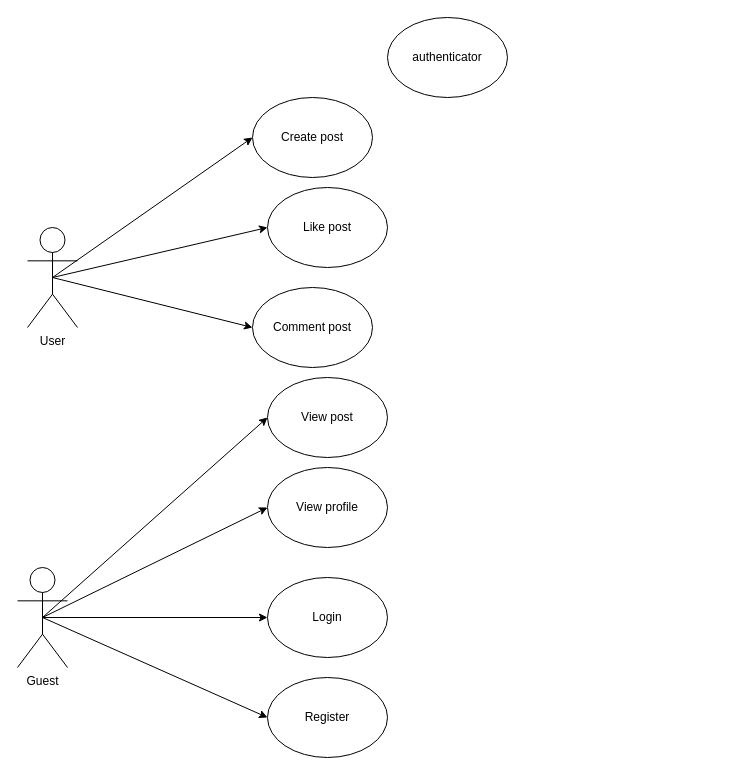
Earlier version of the draw.io diagram Usecase.drawio (infinityrbx/inf_social). Source tidied: cells renumbered, new cells numbered last; positions are measured from the earlier drawing's top-left corner, leaving out a move shared by most shapes. Both pictures are drawn from the tidied source at 100%, with x=0, y=0 at pixel (17, 17).
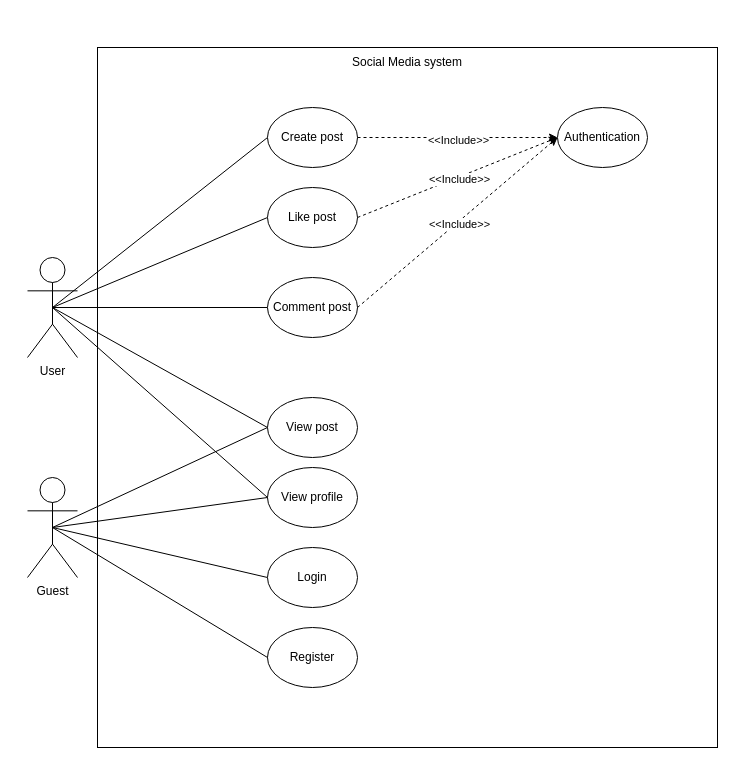
The same page after the edit.

What changed in the source:
```diff
@@
+    <mxCell id="20" style="rounded=0;whiteSpace=wrap;html=1;" parent="1" vertex="1">
+      <mxGeometry x="80" y="30" width="620" height="700" as="geometry" />
+    </mxCell>
-    <mxCell id="2" style="rounded=0;jettySize=auto;html=1;exitX=0.5;exitY=0.5;exitDx=0;exitDy=0;exitPerimeter=0;entryX=0;entryY=0.5;entryDx=0;entryDy=0;" parent="1" edge="1" source="5" target="8">
+    <mxCell id="2" style="rounded=0;jettySize=auto;html=1;exitX=0.5;exitY=0.5;exitDx=0;exitDy=0;exitPerimeter=0;entryX=0;entryY=0.5;entryDx=0;entryDy=0;strokeColor=default;endArrow=none;endFill=0;" parent="1" edge="1" source="5" target="8">
       <mxGeometry relative="1" as="geometry" />
     </mxCell>
-    <mxCell id="3" style="rounded=0;jettySize=auto;html=1;exitX=0.5;exitY=0.5;exitDx=0;exitDy=0;exitPerimeter=0;entryX=0;entryY=0.5;entryDx=0;entryDy=0;" parent="1" edge="1" source="5" target="9">
+    <mxCell id="3" style="rounded=0;jettySize=auto;html=1;exitX=0.5;exitY=0.5;exitDx=0;exitDy=0;exitPerimeter=0;entryX=0;entryY=0.5;entryDx=0;entryDy=0;endArrow=none;endFill=0;" parent="1" edge="1" source="5" target="9">
       <mxGeometry relative="1" as="geometry" />
     </mxCell>
-    <mxCell id="4" style="rounded=0;jettySize=auto;html=1;exitX=0.5;exitY=0.5;exitDx=0;exitDy=0;exitPerimeter=0;entryX=0;entryY=0.5;entryDx=0;entryDy=0;" parent="1" edge="1" source="5" target="10">
+    <mxCell id="4" style="rounded=0;jettySize=auto;html=1;exitX=0.5;exitY=0.5;exitDx=0;exitDy=0;exitPerimeter=0;entryX=0;entryY=0.5;entryDx=0;entryDy=0;endArrow=none;endFill=0;" parent="1" edge="1" source="5" target="10">
       <mxGeometry relative="1" as="geometry" />
     </mxCell>
+    <mxCell id="21" style="rounded=0;jettySize=auto;html=1;exitX=0.5;exitY=0.5;exitDx=0;exitDy=0;exitPerimeter=0;entryX=0;entryY=0.5;entryDx=0;entryDy=0;endArrow=none;endFill=0;" parent="1" edge="1" source="5" target="18">
+      <mxGeometry relative="1" as="geometry" />
+    </mxCell>
+    <mxCell id="22" style="rounded=0;jettySize=auto;html=1;exitX=0.5;exitY=0.5;exitDx=0;exitDy=0;exitPerimeter=0;entryX=0;entryY=0.5;entryDx=0;entryDy=0;endArrow=none;endFill=0;" parent="1" edge="1" source="5" target="7">
+      <mxGeometry relative="1" as="geometry" />
+    </mxCell>
     <mxCell id="5" value="User" style="shape=umlActor;verticalLabelPosition=bottom;verticalAlign=top;html=1;outlineConnect=0;" parent="1" vertex="1">
-      <mxGeometry x="10" y="210" width="50" height="100" as="geometry" />
+      <mxGeometry x="10" y="240" width="50" height="100" as="geometry" />
     </mxCell>
-    <mxCell id="6" value="authenticator" style="ellipse;whiteSpace=wrap;html=1;" parent="1" vertex="1">
-      <mxGeometry x="370" width="120" height="80" as="geometry" />
+    <mxCell id="6" value="Authentication" style="ellipse;whiteSpace=wrap;html=1;" parent="1" vertex="1">
+      <mxGeometry x="540" y="90" width="90" height="60" as="geometry" />
     </mxCell>
     <mxCell id="7" value="View profile" style="ellipse;whiteSpace=wrap;html=1;" parent="1" vertex="1">
-      <mxGeometry x="250" y="450" width="120" height="80" as="geometry" />
+      <mxGeometry x="250" y="450" width="90" height="60" as="geometry" />
     </mxCell>
     <mxCell id="8" value="Create post" style="ellipse;whiteSpace=wrap;html=1;" parent="1" vertex="1">
-      <mxGeometry x="235" y="80" width="120" height="80" as="geometry" />
+      <mxGeometry x="250" y="90" width="90" height="60" as="geometry" />
     </mxCell>
     <mxCell id="9" value="Like post" style="ellipse;whiteSpace=wrap;html=1;" parent="1" vertex="1">
-      <mxGeometry x="250" y="170" width="120" height="80" as="geometry" />
+      <mxGeometry x="250" y="170" width="90" height="60" as="geometry" />
     </mxCell>
     <mxCell id="10" value="Comment post" style="ellipse;whiteSpace=wrap;html=1;" parent="1" vertex="1">
-      <mxGeometry x="235" y="270" width="120" height="80" as="geometry" />
+      <mxGeometry x="250" y="260" width="90" height="60" as="geometry" />
     </mxCell>
     <mxCell id="11" value="Register" style="ellipse;whiteSpace=wrap;html=1;" parent="1" vertex="1">
-      <mxGeometry x="250" y="660" width="120" height="80" as="geometry" />
+      <mxGeometry x="250" y="610" width="90" height="60" as="geometry" />
     </mxCell>
-    <mxCell id="12" style="rounded=0;jettySize=auto;html=1;exitX=0.5;exitY=0.5;exitDx=0;exitDy=0;exitPerimeter=0;entryX=0;entryY=0.5;entryDx=0;entryDy=0;" parent="1" edge="1" source="16" target="11">
+    <mxCell id="12" style="rounded=0;jettySize=auto;html=1;exitX=0.5;exitY=0.5;exitDx=0;exitDy=0;exitPerimeter=0;entryX=0;entryY=0.5;entryDx=0;entryDy=0;endArrow=none;endFill=0;" parent="1" edge="1" source="16" target="11">
       <mxGeometry relative="1" as="geometry" />
     </mxCell>
-    <mxCell id="13" style="rounded=0;jettySize=auto;html=1;exitX=0.5;exitY=0.5;exitDx=0;exitDy=0;exitPerimeter=0;entryX=0;entryY=0.5;entryDx=0;entryDy=0;" parent="1" edge="1" source="16" target="17">
+    <mxCell id="13" style="rounded=0;jettySize=auto;html=1;exitX=0.5;exitY=0.5;exitDx=0;exitDy=0;exitPerimeter=0;entryX=0;entryY=0.5;entryDx=0;entryDy=0;endArrow=none;endFill=0;" parent="1" edge="1" source="16" target="17">
       <mxGeometry relative="1" as="geometry" />
     </mxCell>
-    <mxCell id="14" style="rounded=0;jettySize=auto;html=1;exitX=0.5;exitY=0.5;exitDx=0;exitDy=0;exitPerimeter=0;entryX=0;entryY=0.5;entryDx=0;entryDy=0;" parent="1" edge="1" source="16" target="7">
+    <mxCell id="14" style="rounded=0;jettySize=auto;html=1;exitX=0.5;exitY=0.5;exitDx=0;exitDy=0;exitPerimeter=0;entryX=0;entryY=0.5;entryDx=0;entryDy=0;endArrow=none;endFill=0;" parent="1" edge="1" source="16" target="7">
       <mxGeometry relative="1" as="geometry" />
     </mxCell>
-    <mxCell id="15" style="rounded=0;jettySize=auto;html=1;exitX=0.5;exitY=0.5;exitDx=0;exitDy=0;exitPerimeter=0;entryX=0;entryY=0.5;entryDx=0;entryDy=0;" parent="1" edge="1" source="16" target="18">
+    <mxCell id="15" style="rounded=0;jettySize=auto;html=1;exitX=0.5;exitY=0.5;exitDx=0;exitDy=0;exitPerimeter=0;entryX=0;entryY=0.5;entryDx=0;entryDy=0;endArrow=none;endFill=0;" parent="1" edge="1" source="16" target="18">
       <mxGeometry relative="1" as="geometry" />
     </mxCell>
     <mxCell id="16" value="Guest" style="shape=umlActor;verticalLabelPosition=bottom;verticalAlign=top;html=1;outlineConnect=0;" parent="1" vertex="1">
-      <mxGeometry y="550" width="50" height="100" as="geometry" />
+      <mxGeometry x="10" y="460" width="50" height="100" as="geometry" />
     </mxCell>
     <mxCell id="17" value="Login" style="ellipse;whiteSpace=wrap;html=1;" parent="1" vertex="1">
-      <mxGeometry x="250" y="560" width="120" height="80" as="geometry" />
+      <mxGeometry x="250" y="530" width="90" height="60" as="geometry" />
     </mxCell>
     <mxCell id="18" value="View post" style="ellipse;whiteSpace=wrap;html=1;" parent="1" vertex="1">
-      <mxGeometry x="250" y="360" width="120" height="80" as="geometry" />
+      <mxGeometry x="250" y="380" width="90" height="60" as="geometry" />
     </mxCell>
@@
+    <mxCell id="23" style="endArrow=classic;html=1;rounded=0;exitX=1;exitY=0.5;exitDx=0;exitDy=0;entryX=0;entryY=0.5;entryDx=0;entryDy=0;dashed=1;" parent="1" edge="1" source="8" target="6">
+      <mxGeometry relative="1" as="geometry" />
+    </mxCell>
+    <mxCell id="24" value="&amp;lt;&amp;lt;Include&amp;gt;&amp;gt;" style="edgeLabel;html=1;align=center;verticalAlign=middle;" parent="23" vertex="1">
+      <mxGeometry y="-2" relative="1" as="geometry" />
+    </mxCell>
+    <mxCell id="25" style="endArrow=classic;html=1;rounded=0;exitX=1;exitY=0.5;exitDx=0;exitDy=0;entryX=0;entryY=0.5;entryDx=0;entryDy=0;dashed=1;" parent="1" edge="1" source="9" target="6">
+      <mxGeometry relative="1" as="geometry" />
+    </mxCell>
+    <mxCell id="26" value="&amp;lt;&amp;lt;Include&amp;gt;&amp;gt;" style="edgeLabel;html=1;align=center;verticalAlign=middle;" parent="25" vertex="1">
+      <mxGeometry y="-2" relative="1" as="geometry" />
+    </mxCell>
+    <mxCell id="27" style="endArrow=classic;html=1;rounded=0;exitX=1;exitY=0.5;exitDx=0;exitDy=0;entryX=0;entryY=0.5;entryDx=0;entryDy=0;dashed=1;" parent="1" edge="1" source="10" target="6">
+      <mxGeometry relative="1" as="geometry" />
+    </mxCell>
+    <mxCell id="28" value="&amp;lt;&amp;lt;Include&amp;gt;&amp;gt;" style="edgeLabel;html=1;align=center;verticalAlign=middle;" parent="27" vertex="1">
+      <mxGeometry y="-2" relative="1" as="geometry" />
+    </mxCell>
+    <mxCell id="29" value="Social Media system" style="text;html=1;align=center;verticalAlign=middle;whiteSpace=wrap;rounded=0;" parent="1" vertex="1">
+      <mxGeometry x="315" y="30" width="150" height="30" as="geometry" />
+    </mxCell>
```
